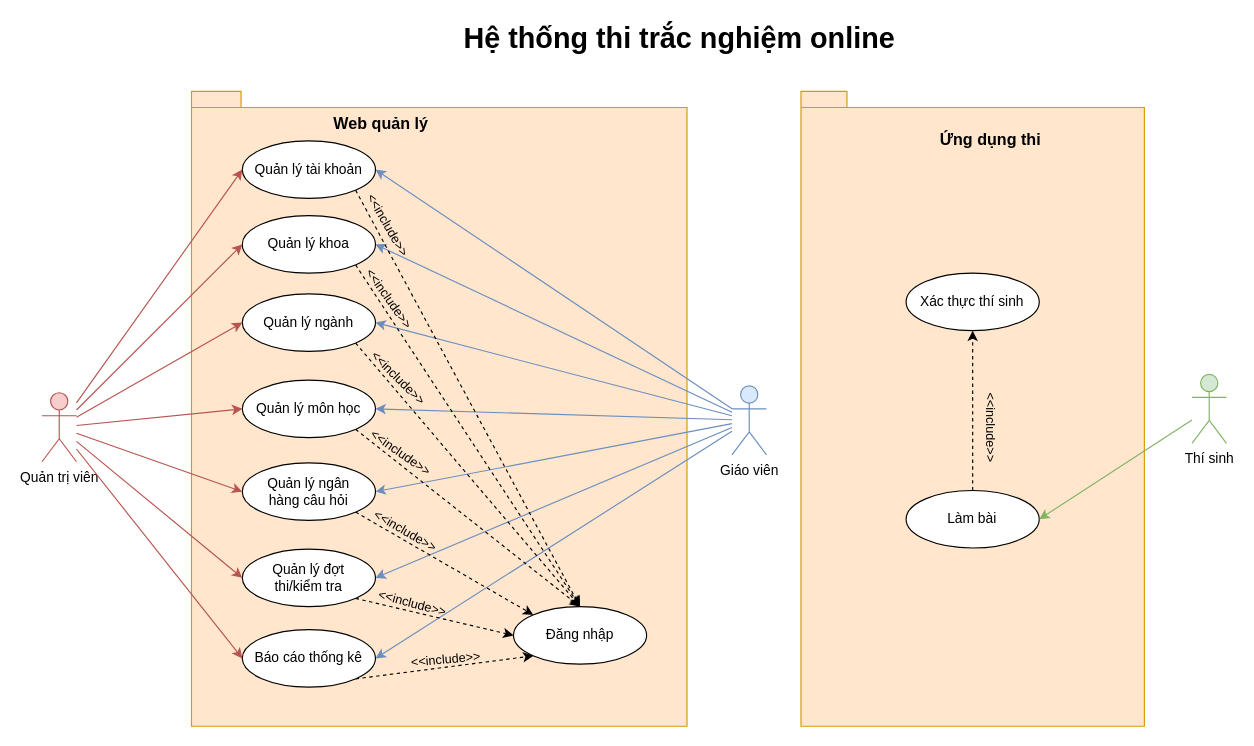
Above: Documents/draw/usecase/usecase-tong-quat.drawio in copecute/do-an-tot-nghiep (draw.io), before the change. Source tidied: cells renumbered, new cells numbered last; positions are measured from the earlier drawing's top-left corner, leaving out a move shared by most shapes. Both pictures are drawn from the tidied source at 115%, with x=0, y=0 at pixel (41, 20).
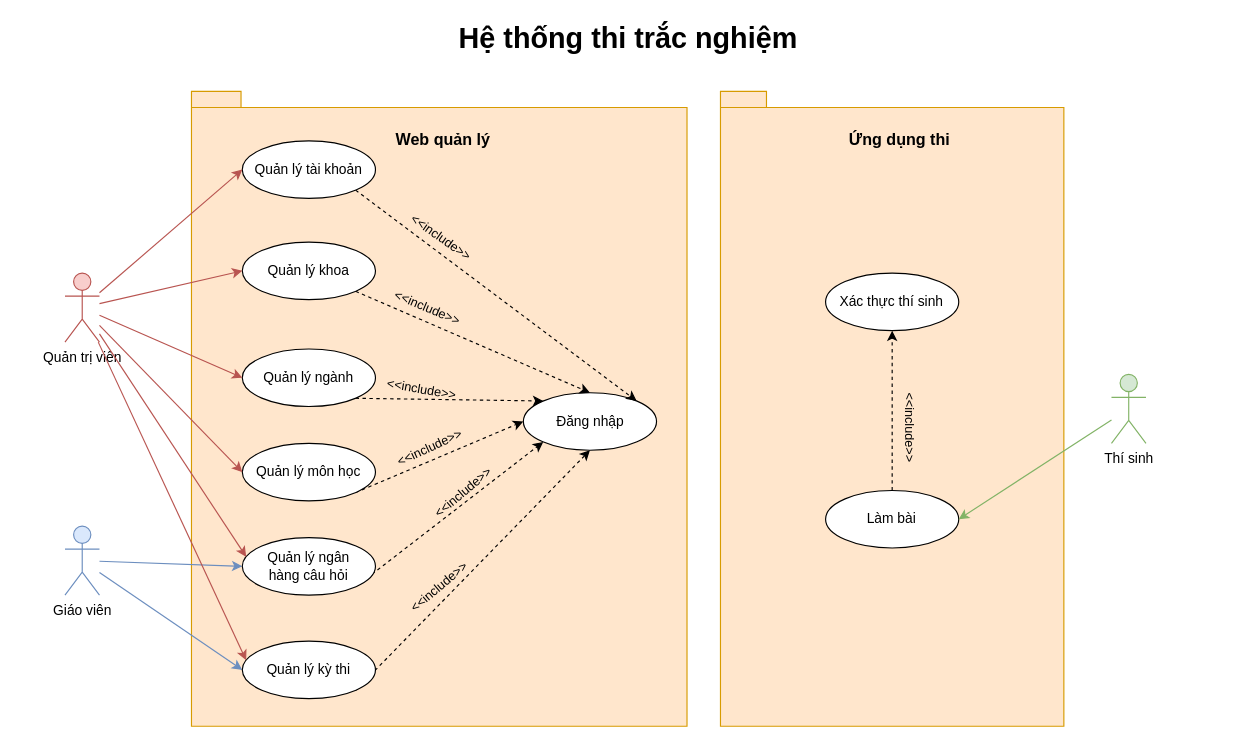
Above is the later version.

Unchanged cells that the change refers to:
```xml
<mxCell id="29" value="Quản lý tài khoản" style="ellipse;whiteSpace=wrap;html=1;" parent="1" vertex="1">
  <mxGeometry x="174.2" y="105" width="115.8" height="50" as="geometry" />
</mxCell>
```

What changed in the source:
```diff
@@
     <mxCell id="3" value="Quản trị viên" style="shape=umlActor;verticalLabelPosition=bottom;verticalAlign=top;html=1;outlineConnect=0;fillColor=#f8cecc;strokeColor=#b85450;" parent="1" vertex="1">
-      <mxGeometry y="324" width="30" height="60" as="geometry" />
+      <mxGeometry x="20" y="220" width="30" height="60" as="geometry" />
     </mxCell>
-    <mxCell id="4" style="edgeStyle=none;shape=connector;rounded=0;jettySize=auto;html=1;entryX=1;entryY=0.5;entryDx=0;entryDy=0;labelBackgroundColor=default;strokeColor=#6c8ebf;align=center;verticalAlign=middle;fontFamily=Helvetica;fontSize=11;fontColor=default;endArrow=classic;fillColor=#dae8fc;" parent="1" edge="1" source="11" target="29">
-      <mxGeometry relative="1" as="geometry" />
-    </mxCell>
-    <mxCell id="5" style="edgeStyle=none;shape=connector;rounded=0;jettySize=auto;html=1;entryX=1;entryY=0.5;entryDx=0;entryDy=0;labelBackgroundColor=default;strokeColor=#6c8ebf;align=center;verticalAlign=middle;fontFamily=Helvetica;fontSize=11;fontColor=default;endArrow=classic;fillColor=#dae8fc;" parent="1" edge="1" source="11" target="23">
-      <mxGeometry relative="1" as="geometry" />
-    </mxCell>
-    <mxCell id="6" style="edgeStyle=none;shape=connector;rounded=0;jettySize=auto;html=1;entryX=1;entryY=0.5;entryDx=0;entryDy=0;labelBackgroundColor=default;strokeColor=#6c8ebf;align=center;verticalAlign=middle;fontFamily=Helvetica;fontSize=11;fontColor=default;endArrow=classic;fillColor=#dae8fc;" parent="1" edge="1" source="11" target="25">
-      <mxGeometry relative="1" as="geometry" />
-    </mxCell>
-    <mxCell id="7" style="edgeStyle=none;shape=connector;rounded=0;jettySize=auto;html=1;entryX=1;entryY=0.5;entryDx=0;entryDy=0;labelBackgroundColor=default;strokeColor=#6c8ebf;align=center;verticalAlign=middle;fontFamily=Helvetica;fontSize=11;fontColor=default;endArrow=classic;fillColor=#dae8fc;" parent="1" edge="1" source="11" target="27">
-      <mxGeometry relative="1" as="geometry" />
-    </mxCell>
-    <mxCell id="8" style="edgeStyle=none;shape=connector;rounded=0;jettySize=auto;html=1;entryX=1;entryY=0.5;entryDx=0;entryDy=0;labelBackgroundColor=default;strokeColor=#6c8ebf;align=center;verticalAlign=middle;fontFamily=Helvetica;fontSize=11;fontColor=default;endArrow=classic;fillColor=#dae8fc;" parent="1" edge="1" source="11" target="31">
+    <mxCell id="8" style="edgeStyle=none;shape=connector;rounded=0;jettySize=auto;html=1;entryX=0;entryY=0.5;entryDx=0;entryDy=0;labelBackgroundColor=default;strokeColor=#6c8ebf;align=center;verticalAlign=middle;fontFamily=Helvetica;fontSize=11;fontColor=default;endArrow=classic;fillColor=#dae8fc;" parent="1" edge="1" source="11" target="31">
       <mxGeometry relative="1" as="geometry" />
     </mxCell>
-    <mxCell id="9" style="edgeStyle=none;shape=connector;rounded=0;jettySize=auto;html=1;entryX=1;entryY=0.5;entryDx=0;entryDy=0;labelBackgroundColor=default;strokeColor=#6c8ebf;align=center;verticalAlign=middle;fontFamily=Helvetica;fontSize=11;fontColor=default;endArrow=classic;fillColor=#dae8fc;" parent="1" edge="1" source="11" target="33">
+    <mxCell id="9" style="edgeStyle=none;shape=connector;rounded=0;jettySize=auto;html=1;entryX=0;entryY=0.5;entryDx=0;entryDy=0;labelBackgroundColor=default;strokeColor=#6c8ebf;align=center;verticalAlign=middle;fontFamily=Helvetica;fontSize=11;fontColor=default;endArrow=classic;fillColor=#dae8fc;" parent="1" edge="1" source="11" target="33">
       <mxGeometry relative="1" as="geometry" />
     </mxCell>
-    <mxCell id="10" style="edgeStyle=none;shape=connector;rounded=0;jettySize=auto;html=1;entryX=1;entryY=0.5;entryDx=0;entryDy=0;labelBackgroundColor=default;strokeColor=#6c8ebf;align=center;verticalAlign=middle;fontFamily=Helvetica;fontSize=11;fontColor=default;endArrow=classic;fillColor=#dae8fc;" parent="1" edge="1" source="11" target="35">
-      <mxGeometry relative="1" as="geometry" />
-    </mxCell>
     <mxCell id="11" value="Giáo viên" style="shape=umlActor;verticalLabelPosition=bottom;verticalAlign=top;html=1;outlineConnect=0;fillColor=#dae8fc;strokeColor=#6c8ebf;" parent="1" vertex="1">
-      <mxGeometry x="600" y="318" width="30" height="60" as="geometry" />
+      <mxGeometry x="20" y="440" width="30" height="60" as="geometry" />
     </mxCell>
     <mxCell id="12" value="Thí sinh" style="shape=umlActor;verticalLabelPosition=bottom;verticalAlign=top;html=1;outlineConnect=0;fillColor=#d5e8d4;strokeColor=#82b366;" parent="1" vertex="1">
-      <mxGeometry x="1000" y="308" width="30" height="60" as="geometry" />
+      <mxGeometry x="930" y="308" width="30" height="60" as="geometry" />
     </mxCell>
-    <mxCell id="13" value="&lt;b&gt;&lt;font style=&quot;font-size: 25px;&quot;&gt;Hệ thống thi trắc nghiệm online&lt;/font&gt;&lt;/b&gt;" style="text;html=1;strokeColor=none;fillColor=none;align=center;verticalAlign=middle;whiteSpace=wrap;rounded=0;" parent="1" vertex="1">
-      <mxGeometry x="130" width="848.6" height="30" as="geometry" />
+    <mxCell id="13" value="&lt;b&gt;&lt;font style=&quot;font-size: 25px;&quot;&gt;Hệ thống thi trắc nghiệm&lt;/font&gt;&lt;/b&gt;" style="text;html=1;strokeColor=none;fillColor=none;align=center;verticalAlign=middle;whiteSpace=wrap;rounded=0;" parent="1" vertex="1">
+      <mxGeometry x="130" width="760" height="30" as="geometry" />
     </mxCell>
     <mxCell id="14" style="shape=folder;fontStyle=1;spacingTop=10;tabWidth=40;tabHeight=14;tabPosition=left;html=1;whiteSpace=wrap;fillColor=#ffe6cc;strokeColor=#d79b00;" parent="1" vertex="1">
-      <mxGeometry x="660" y="62" width="298.6" height="552" as="geometry" />
+      <mxGeometry x="590" y="62" width="298.6" height="552" as="geometry" />
     </mxCell>
     <mxCell id="15" value="&lt;b&gt;&lt;font style=&quot;font-size: 14px;&quot;&gt;Web quản lý&lt;/font&gt;&lt;/b&gt;" style="text;html=1;strokeColor=none;fillColor=none;align=center;verticalAlign=middle;whiteSpace=wrap;rounded=0;" parent="1" vertex="1">
-      <mxGeometry x="110" y="75" width="370" height="30" as="geometry" />
+      <mxGeometry x="164.4" y="89" width="370" height="30" as="geometry" />
     </mxCell>
     <mxCell id="16" value="&lt;span style=&quot;font-size: 14px;&quot;&gt;&lt;b&gt;Ứng dụng thi&lt;/b&gt;&lt;/span&gt;" style="text;html=1;strokeColor=none;fillColor=none;align=center;verticalAlign=middle;whiteSpace=wrap;rounded=0;" parent="1" vertex="1">
-      <mxGeometry x="640" y="89" width="370" height="30" as="geometry" />
+      <mxGeometry x="560.9" y="89" width="370" height="30" as="geometry" />
     </mxCell>
@@
     <mxCell id="18" value="Làm bài" style="ellipse;whiteSpace=wrap;html=1;" parent="1" vertex="1">
-      <mxGeometry x="751.4" y="409" width="115.8" height="50" as="geometry" />
+      <mxGeometry x="681.4" y="409" width="115.8" height="50" as="geometry" />
     </mxCell>
     <mxCell id="19" value="Xác thực thí sinh" style="ellipse;whiteSpace=wrap;html=1;" parent="1" vertex="1">
-      <mxGeometry x="751.4" y="220" width="115.8" height="50" as="geometry" />
+      <mxGeometry x="681.4" y="220" width="115.8" height="50" as="geometry" />
     </mxCell>
@@
     <mxCell id="21" value="Đăng nhập" style="ellipse;whiteSpace=wrap;html=1;" parent="1" vertex="1">
-      <mxGeometry x="410" y="510" width="115.8" height="50" as="geometry" />
+      <mxGeometry x="418.6" y="324" width="115.8" height="50" as="geometry" />
     </mxCell>
@@
     <mxCell id="23" value="Quản lý khoa" style="ellipse;whiteSpace=wrap;html=1;" parent="1" vertex="1">
-      <mxGeometry x="174.2" y="170" width="115.8" height="50" as="geometry" />
+      <mxGeometry x="174.2" y="193" width="115.8" height="50" as="geometry" />
     </mxCell>
-    <mxCell id="24" style="edgeStyle=none;shape=connector;rounded=0;jettySize=auto;html=1;exitX=1;exitY=1;exitDx=0;exitDy=0;entryX=0.5;entryY=0;entryDx=0;entryDy=0;labelBackgroundColor=default;align=center;verticalAlign=middle;fontFamily=Helvetica;fontSize=11;fontColor=default;endArrow=classic;dashed=1;" parent="1" edge="1" source="25" target="21">
+    <mxCell id="24" style="edgeStyle=none;shape=connector;rounded=0;jettySize=auto;html=1;exitX=1;exitY=1;exitDx=0;exitDy=0;entryX=0;entryY=0;entryDx=0;entryDy=0;labelBackgroundColor=default;align=center;verticalAlign=middle;fontFamily=Helvetica;fontSize=11;fontColor=default;endArrow=classic;dashed=1;" parent="1" edge="1" source="25" target="21">
       <mxGeometry relative="1" as="geometry" />
     </mxCell>
     <mxCell id="25" value="Quản lý ngành" style="ellipse;whiteSpace=wrap;html=1;" parent="1" vertex="1">
-      <mxGeometry x="174.2" y="238" width="115.8" height="50" as="geometry" />
+      <mxGeometry x="174.2" y="286" width="115.8" height="50" as="geometry" />
     </mxCell>
-    <mxCell id="26" style="edgeStyle=none;shape=connector;rounded=0;jettySize=auto;html=1;exitX=1;exitY=1;exitDx=0;exitDy=0;entryX=0.5;entryY=0;entryDx=0;entryDy=0;labelBackgroundColor=default;align=center;verticalAlign=middle;fontFamily=Helvetica;fontSize=11;fontColor=default;endArrow=classic;dashed=1;" parent="1" edge="1" source="27" target="21">
+    <mxCell id="26" style="edgeStyle=none;shape=connector;rounded=0;jettySize=auto;html=1;exitX=1;exitY=1;exitDx=0;exitDy=0;entryX=0;entryY=0.5;entryDx=0;entryDy=0;labelBackgroundColor=default;align=center;verticalAlign=middle;fontFamily=Helvetica;fontSize=11;fontColor=default;endArrow=classic;dashed=1;" parent="1" edge="1" source="27" target="21">
       <mxGeometry relative="1" as="geometry" />
     </mxCell>
     <mxCell id="27" value="Quản lý môn học" style="ellipse;whiteSpace=wrap;html=1;" parent="1" vertex="1">
-      <mxGeometry x="174.2" y="313" width="115.8" height="50" as="geometry" />
+      <mxGeometry x="174.2" y="368" width="115.8" height="50" as="geometry" />
     </mxCell>
-    <mxCell id="28" style="edgeStyle=none;shape=connector;rounded=0;jettySize=auto;html=1;exitX=1;exitY=1;exitDx=0;exitDy=0;entryX=0.5;entryY=0;entryDx=0;entryDy=0;labelBackgroundColor=default;align=center;verticalAlign=middle;fontFamily=Helvetica;fontSize=11;fontColor=default;endArrow=classic;dashed=1;" parent="1" edge="1" source="29" target="21">
+    <mxCell id="28" style="edgeStyle=none;shape=connector;rounded=0;jettySize=auto;html=1;exitX=1;exitY=1;exitDx=0;exitDy=0;entryX=1;entryY=0;entryDx=0;entryDy=0;labelBackgroundColor=default;align=center;verticalAlign=middle;fontFamily=Helvetica;fontSize=11;fontColor=default;endArrow=classic;dashed=1;" parent="1" edge="1" source="29" target="21">
       <mxGeometry relative="1" as="geometry" />
     </mxCell>
@@
-    <mxCell id="30" style="edgeStyle=none;shape=connector;rounded=0;jettySize=auto;html=1;exitX=1;exitY=1;exitDx=0;exitDy=0;entryX=0;entryY=0;entryDx=0;entryDy=0;dashed=1;labelBackgroundColor=default;strokeColor=default;align=center;verticalAlign=middle;fontFamily=Helvetica;fontSize=11;fontColor=default;endArrow=classic;" parent="1" edge="1" source="31" target="21">
+    <mxCell id="30" style="edgeStyle=none;shape=connector;rounded=0;jettySize=auto;html=1;exitX=1;exitY=1;exitDx=0;exitDy=0;entryX=0;entryY=1;entryDx=0;entryDy=0;dashed=1;labelBackgroundColor=default;strokeColor=default;align=center;verticalAlign=middle;fontFamily=Helvetica;fontSize=11;fontColor=default;endArrow=classic;" parent="1" edge="1" source="31" target="21">
       <mxGeometry relative="1" as="geometry" />
     </mxCell>
     <mxCell id="31" value="Quản lý ngân&lt;br&gt;hàng câu hỏi" style="ellipse;whiteSpace=wrap;html=1;" parent="1" vertex="1">
-      <mxGeometry x="174.2" y="385" width="115.8" height="50" as="geometry" />
+      <mxGeometry x="174.2" y="450" width="115.8" height="50" as="geometry" />
     </mxCell>
-    <mxCell id="32" style="edgeStyle=none;shape=connector;rounded=0;jettySize=auto;html=1;exitX=1;exitY=1;exitDx=0;exitDy=0;entryX=0;entryY=0.5;entryDx=0;entryDy=0;dashed=1;labelBackgroundColor=default;strokeColor=default;align=center;verticalAlign=middle;fontFamily=Helvetica;fontSize=11;fontColor=default;endArrow=classic;" parent="1" edge="1" source="33" target="21">
+    <mxCell id="32" style="edgeStyle=none;shape=connector;rounded=0;jettySize=auto;html=1;exitX=1;exitY=1;exitDx=0;exitDy=0;entryX=0.5;entryY=1;entryDx=0;entryDy=0;dashed=1;labelBackgroundColor=default;strokeColor=default;align=center;verticalAlign=middle;fontFamily=Helvetica;fontSize=11;fontColor=default;endArrow=classic;" parent="1" edge="1" source="33" target="21">
       <mxGeometry relative="1" as="geometry" />
     </mxCell>
-    <mxCell id="33" value="Quản lý đợt&lt;br&gt;thi/kiểm tra" style="ellipse;whiteSpace=wrap;html=1;" parent="1" vertex="1">
-      <mxGeometry x="174.2" y="460" width="115.8" height="50" as="geometry" />
+    <mxCell id="33" value="Quản lý kỳ thi" style="ellipse;whiteSpace=wrap;html=1;" parent="1" vertex="1">
+      <mxGeometry x="174.2" y="540" width="115.8" height="50" as="geometry" />
     </mxCell>
-    <mxCell id="34" style="edgeStyle=none;shape=connector;rounded=0;jettySize=auto;html=1;exitX=1;exitY=1;exitDx=0;exitDy=0;entryX=0;entryY=1;entryDx=0;entryDy=0;dashed=1;labelBackgroundColor=default;strokeColor=default;align=center;verticalAlign=middle;fontFamily=Helvetica;fontSize=11;fontColor=default;endArrow=classic;" parent="1" edge="1" source="35" target="21">
-      <mxGeometry relative="1" as="geometry" />
-    </mxCell>
-    <mxCell id="35" value="Báo cáo thống kê" style="ellipse;whiteSpace=wrap;html=1;" parent="1" vertex="1">
-      <mxGeometry x="174.2" y="530" width="115.8" height="50" as="geometry" />
-    </mxCell>
@@
-    <mxCell id="40" style="edgeStyle=none;shape=connector;rounded=0;jettySize=auto;html=1;entryX=0;entryY=0.5;entryDx=0;entryDy=0;labelBackgroundColor=default;strokeColor=#b85450;align=center;verticalAlign=middle;fontFamily=Helvetica;fontSize=11;fontColor=default;endArrow=classic;fillColor=#f8cecc;" parent="1" edge="1" source="3" target="31">
+    <mxCell id="40" style="edgeStyle=none;shape=connector;rounded=0;jettySize=auto;html=1;entryX=0.029;entryY=0.333;entryDx=0;entryDy=0;labelBackgroundColor=default;strokeColor=#b85450;align=center;verticalAlign=middle;fontFamily=Helvetica;fontSize=11;fontColor=default;endArrow=classic;fillColor=#f8cecc;entryPerimeter=0;" parent="1" edge="1" source="3" target="31">
       <mxGeometry relative="1" as="geometry" />
     </mxCell>
-    <mxCell id="41" style="edgeStyle=none;shape=connector;rounded=0;jettySize=auto;html=1;entryX=0;entryY=0.5;entryDx=0;entryDy=0;labelBackgroundColor=default;strokeColor=#b85450;align=center;verticalAlign=middle;fontFamily=Helvetica;fontSize=11;fontColor=default;endArrow=classic;fillColor=#f8cecc;" parent="1" edge="1" source="3" target="33">
+    <mxCell id="41" style="edgeStyle=none;shape=connector;rounded=0;jettySize=auto;html=1;entryX=0.029;entryY=0.333;entryDx=0;entryDy=0;labelBackgroundColor=default;strokeColor=#b85450;align=center;verticalAlign=middle;fontFamily=Helvetica;fontSize=11;fontColor=default;endArrow=classic;fillColor=#f8cecc;entryPerimeter=0;" parent="1" edge="1" source="3" target="33">
       <mxGeometry relative="1" as="geometry" />
     </mxCell>
-    <mxCell id="42" style="edgeStyle=none;shape=connector;rounded=0;jettySize=auto;html=1;entryX=0;entryY=0.5;entryDx=0;entryDy=0;labelBackgroundColor=default;strokeColor=#b85450;align=center;verticalAlign=middle;fontFamily=Helvetica;fontSize=11;fontColor=default;endArrow=classic;fillColor=#f8cecc;" parent="1" edge="1" source="3" target="35">
-      <mxGeometry relative="1" as="geometry" />
-    </mxCell>
-    <mxCell id="43" value="&amp;lt;&amp;lt;include&amp;gt;&amp;gt;" style="text;html=1;align=center;verticalAlign=middle;strokeColor=none;fillColor=none;fontSize=11;fontFamily=Helvetica;fontColor=default;rotation=-5;" parent="1" vertex="1">
-      <mxGeometry x="311" y="541" width="80" height="30" as="geometry" />
-    </mxCell>
-    <mxCell id="44" value="&amp;lt;&amp;lt;include&amp;gt;&amp;gt;" style="text;html=1;align=center;verticalAlign=middle;strokeColor=none;fillColor=none;fontSize=11;fontFamily=Helvetica;fontColor=default;rotation=15;" parent="1" vertex="1">
-      <mxGeometry x="282" y="492" width="80" height="30" as="geometry" />
-    </mxCell>
-    <mxCell id="45" value="&amp;lt;&amp;lt;include&amp;gt;&amp;gt;" style="text;html=1;align=center;verticalAlign=middle;strokeColor=none;fillColor=none;fontSize=11;fontFamily=Helvetica;fontColor=default;rotation=30;" parent="1" vertex="1">
-      <mxGeometry x="276" y="429" width="80" height="30" as="geometry" />
+    <mxCell id="45" value="&amp;lt;&amp;lt;include&amp;gt;&amp;gt;" style="text;html=1;align=center;verticalAlign=middle;strokeColor=none;fillColor=none;fontSize=11;fontFamily=Helvetica;fontColor=default;rotation=-25;" parent="1" vertex="1">
+      <mxGeometry x="297" y="357" width="80" height="30" as="geometry" />
     </mxCell>
-    <mxCell id="46" value="&amp;lt;&amp;lt;include&amp;gt;&amp;gt;" style="text;html=1;align=center;verticalAlign=middle;strokeColor=none;fillColor=none;fontSize=11;fontFamily=Helvetica;fontColor=default;rotation=35;" parent="1" vertex="1">
-      <mxGeometry x="272" y="361" width="80" height="30" as="geometry" />
+    <mxCell id="46" value="&amp;lt;&amp;lt;include&amp;gt;&amp;gt;" style="text;html=1;align=center;verticalAlign=middle;strokeColor=none;fillColor=none;fontSize=11;fontFamily=Helvetica;fontColor=default;rotation=10;" parent="1" vertex="1">
+      <mxGeometry x="290" y="306" width="80" height="30" as="geometry" />
     </mxCell>
-    <mxCell id="47" value="&amp;lt;&amp;lt;include&amp;gt;&amp;gt;" style="text;html=1;align=center;verticalAlign=middle;strokeColor=none;fillColor=none;fontSize=11;fontFamily=Helvetica;fontColor=default;rotation=45;" parent="1" vertex="1">
-      <mxGeometry x="270" y="296" width="80" height="30" as="geometry" />
+    <mxCell id="47" value="&amp;lt;&amp;lt;include&amp;gt;&amp;gt;" style="text;html=1;align=center;verticalAlign=middle;strokeColor=none;fillColor=none;fontSize=11;fontFamily=Helvetica;fontColor=default;rotation=23;" parent="1" vertex="1">
+      <mxGeometry x="295" y="235" width="80" height="30" as="geometry" />
     </mxCell>
-    <mxCell id="48" value="&amp;lt;&amp;lt;include&amp;gt;&amp;gt;" style="text;html=1;align=center;verticalAlign=middle;strokeColor=none;fillColor=none;fontSize=11;fontFamily=Helvetica;fontColor=default;rotation=55;" parent="1" vertex="1">
-      <mxGeometry x="262" y="227" width="80" height="30" as="geometry" />
-    </mxCell>
-    <mxCell id="49" value="&amp;lt;&amp;lt;include&amp;gt;&amp;gt;" style="text;html=1;align=center;verticalAlign=middle;strokeColor=none;fillColor=none;fontSize=11;fontFamily=Helvetica;fontColor=default;rotation=60;" parent="1" vertex="1">
-      <mxGeometry x="261" y="163" width="80" height="30" as="geometry" />
+    <mxCell id="49" value="&amp;lt;&amp;lt;include&amp;gt;&amp;gt;" style="text;html=1;align=center;verticalAlign=middle;strokeColor=none;fillColor=none;fontSize=11;fontFamily=Helvetica;fontColor=default;rotation=35;" parent="1" vertex="1">
+      <mxGeometry x="307.4" y="174" width="80" height="30" as="geometry" />
     </mxCell>
     <mxCell id="50" value="&amp;lt;&amp;lt;include&amp;gt;&amp;gt;" style="text;html=1;align=center;verticalAlign=middle;strokeColor=none;fillColor=none;fontSize=11;fontFamily=Helvetica;fontColor=default;rotation=90;" parent="1" vertex="1">
-      <mxGeometry x="785" y="339" width="80" height="30" as="geometry" />
+      <mxGeometry x="715" y="339" width="80" height="30" as="geometry" />
     </mxCell>
+    <mxCell id="51" value="&amp;lt;&amp;lt;include&amp;gt;&amp;gt;" style="text;html=1;align=center;verticalAlign=middle;strokeColor=none;fillColor=none;fontSize=11;fontFamily=Helvetica;fontColor=default;rotation=-40;" parent="1" vertex="1">
+      <mxGeometry x="326" y="396" width="80" height="30" as="geometry" />
+    </mxCell>
+    <mxCell id="52" value="&amp;lt;&amp;lt;include&amp;gt;&amp;gt;" style="text;html=1;align=center;verticalAlign=middle;strokeColor=none;fillColor=none;fontSize=11;fontFamily=Helvetica;fontColor=default;rotation=-40;" parent="1" vertex="1">
+      <mxGeometry x="305.4" y="478" width="80" height="30" as="geometry" />
+    </mxCell>
```
